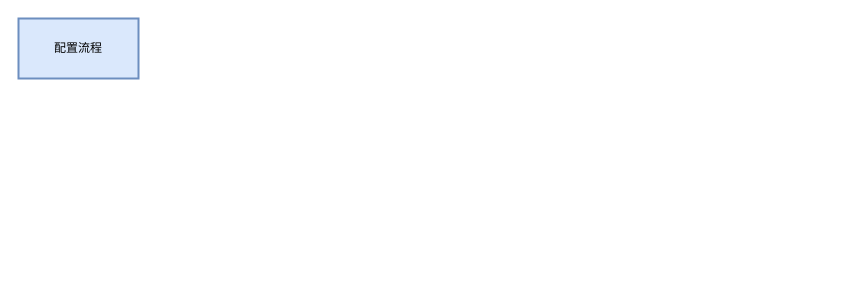
Earlier version of the draw.io diagram 经纶处理流程.drawio (wroldchinalee/drawio). Source tidied: cells renumbered, new cells numbered last; positions are measured from the earlier drawing's top-left corner, leaving out a move shared by most shapes. Both pictures are drawn from the tidied source at 100%, with x=0, y=0 at pixel (18, 18).
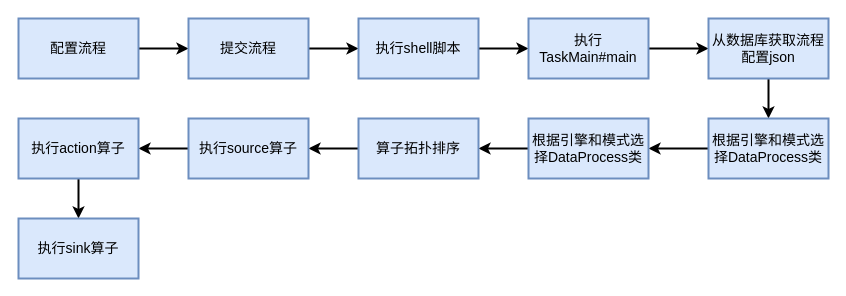
After the change.

Commit message:
更新经纶处理流程.drawio

What changed in the source:
```diff
@@
+    <mxCell id="3" style="edgeStyle=orthogonalEdgeStyle;rounded=0;jettySize=auto;html=1;fontSize=14;strokeWidth=2;" parent="1" edge="1" source="2" target="5">
+      <mxGeometry relative="1" as="geometry" />
+    </mxCell>
-    <mxCell id="2" value="配置流程" style="rounded=0;whiteSpace=wrap;html=1;fillColor=#dae8fc;strokeColor=#6c8ebf;strokeWidth=2;" parent="1" vertex="1">
+    <mxCell id="2" value="&lt;font style=&quot;font-size: 14px;&quot;&gt;配置流程&lt;/font&gt;" style="rounded=0;whiteSpace=wrap;html=1;fillColor=#dae8fc;strokeColor=#6c8ebf;strokeWidth=2;" parent="1" vertex="1">
       <mxGeometry width="120" height="60" as="geometry" />
     </mxCell>
+    <mxCell id="4" style="edgeStyle=orthogonalEdgeStyle;rounded=0;jettySize=auto;html=1;fontSize=14;strokeWidth=2;" parent="1" edge="1" source="5" target="7">
+      <mxGeometry relative="1" as="geometry" />
+    </mxCell>
+    <mxCell id="5" value="&lt;font style=&quot;font-size: 14px;&quot;&gt;提交流程&lt;/font&gt;" style="rounded=0;whiteSpace=wrap;html=1;fillColor=#dae8fc;strokeColor=#6c8ebf;strokeWidth=2;" parent="1" vertex="1">
+      <mxGeometry x="170" width="120" height="60" as="geometry" />
+    </mxCell>
+    <mxCell id="6" style="edgeStyle=orthogonalEdgeStyle;rounded=0;jettySize=auto;html=1;strokeWidth=2;fontSize=14;" parent="1" edge="1" source="7" target="9">
+      <mxGeometry relative="1" as="geometry" />
+    </mxCell>
+    <mxCell id="7" value="&lt;font style=&quot;font-size: 14px;&quot;&gt;执行shell脚本&lt;/font&gt;" style="rounded=0;whiteSpace=wrap;html=1;fillColor=#dae8fc;strokeColor=#6c8ebf;strokeWidth=2;" parent="1" vertex="1">
+      <mxGeometry x="340" width="120" height="60" as="geometry" />
+    </mxCell>
+    <mxCell id="8" style="edgeStyle=orthogonalEdgeStyle;rounded=0;jettySize=auto;html=1;strokeWidth=2;fontSize=14;" parent="1" edge="1" source="9" target="11">
+      <mxGeometry relative="1" as="geometry" />
+    </mxCell>
+    <mxCell id="9" value="&lt;font style=&quot;font-size: 14px;&quot;&gt;执行TaskMain#main&lt;/font&gt;" style="rounded=0;whiteSpace=wrap;html=1;fillColor=#dae8fc;strokeColor=#6c8ebf;strokeWidth=2;" parent="1" vertex="1">
+      <mxGeometry x="510" width="120" height="60" as="geometry" />
+    </mxCell>
+    <mxCell id="10" style="edgeStyle=orthogonalEdgeStyle;rounded=0;jettySize=auto;html=1;strokeWidth=2;fontSize=14;" parent="1" edge="1" source="11" target="13">
+      <mxGeometry relative="1" as="geometry" />
+    </mxCell>
+    <mxCell id="11" value="&lt;span style=&quot;font-size: 14px;&quot;&gt;从数据库获取流程配置json&lt;/span&gt;" style="rounded=0;whiteSpace=wrap;html=1;fillColor=#dae8fc;strokeColor=#6c8ebf;strokeWidth=2;" parent="1" vertex="1">
+      <mxGeometry x="690" width="120" height="60" as="geometry" />
+    </mxCell>
+    <mxCell id="12" style="edgeStyle=orthogonalEdgeStyle;rounded=0;jettySize=auto;html=1;strokeWidth=2;fontSize=14;" parent="1" edge="1" source="13" target="15">
+      <mxGeometry relative="1" as="geometry" />
+    </mxCell>
+    <mxCell id="13" value="&lt;span style=&quot;font-size: 14px;&quot;&gt;根据引擎和模式选择DataProcess类&lt;/span&gt;" style="rounded=0;whiteSpace=wrap;html=1;fillColor=#dae8fc;strokeColor=#6c8ebf;strokeWidth=2;" parent="1" vertex="1">
+      <mxGeometry x="690" y="100" width="120" height="60" as="geometry" />
+    </mxCell>
+    <mxCell id="14" style="edgeStyle=orthogonalEdgeStyle;rounded=0;jettySize=auto;html=1;strokeWidth=2;fontSize=14;" parent="1" edge="1" source="15" target="17">
+      <mxGeometry relative="1" as="geometry" />
+    </mxCell>
+    <mxCell id="15" value="&lt;span style=&quot;font-size: 14px;&quot;&gt;根据引擎和模式选择DataProcess类&lt;/span&gt;" style="rounded=0;whiteSpace=wrap;html=1;fillColor=#dae8fc;strokeColor=#6c8ebf;strokeWidth=2;" parent="1" vertex="1">
+      <mxGeometry x="510" y="100" width="120" height="60" as="geometry" />
+    </mxCell>
+    <mxCell id="16" style="edgeStyle=orthogonalEdgeStyle;rounded=0;jettySize=auto;html=1;strokeWidth=2;fontSize=14;" parent="1" edge="1" source="17" target="19">
+      <mxGeometry relative="1" as="geometry" />
+    </mxCell>
+    <mxCell id="17" value="&lt;span style=&quot;font-size: 14px;&quot;&gt;算子拓扑排序&lt;/span&gt;" style="rounded=0;whiteSpace=wrap;html=1;fillColor=#dae8fc;strokeColor=#6c8ebf;strokeWidth=2;" parent="1" vertex="1">
+      <mxGeometry x="340" y="100" width="120" height="60" as="geometry" />
+    </mxCell>
+    <mxCell id="18" style="edgeStyle=orthogonalEdgeStyle;rounded=0;jettySize=auto;html=1;strokeWidth=2;fontSize=14;" parent="1" edge="1" source="19" target="21">
+      <mxGeometry relative="1" as="geometry" />
+    </mxCell>
+    <mxCell id="19" value="&lt;span style=&quot;font-size: 14px;&quot;&gt;执行source算子&lt;/span&gt;" style="rounded=0;whiteSpace=wrap;html=1;fillColor=#dae8fc;strokeColor=#6c8ebf;strokeWidth=2;" parent="1" vertex="1">
+      <mxGeometry x="170" y="100" width="120" height="60" as="geometry" />
+    </mxCell>
+    <mxCell id="20" style="edgeStyle=orthogonalEdgeStyle;rounded=0;jettySize=auto;html=1;strokeWidth=2;fontSize=14;" parent="1" edge="1" source="21" target="22">
+      <mxGeometry relative="1" as="geometry" />
+    </mxCell>
+    <mxCell id="21" value="&lt;span style=&quot;font-size: 14px;&quot;&gt;执行action算子&lt;/span&gt;" style="rounded=0;whiteSpace=wrap;html=1;fillColor=#dae8fc;strokeColor=#6c8ebf;strokeWidth=2;" parent="1" vertex="1">
+      <mxGeometry y="100" width="120" height="60" as="geometry" />
+    </mxCell>
+    <mxCell id="22" value="&lt;span style=&quot;font-size: 14px;&quot;&gt;执行sink算子&lt;/span&gt;" style="rounded=0;whiteSpace=wrap;html=1;fillColor=#dae8fc;strokeColor=#6c8ebf;strokeWidth=2;" parent="1" vertex="1">
+      <mxGeometry y="200" width="120" height="60" as="geometry" />
+    </mxCell>
```
